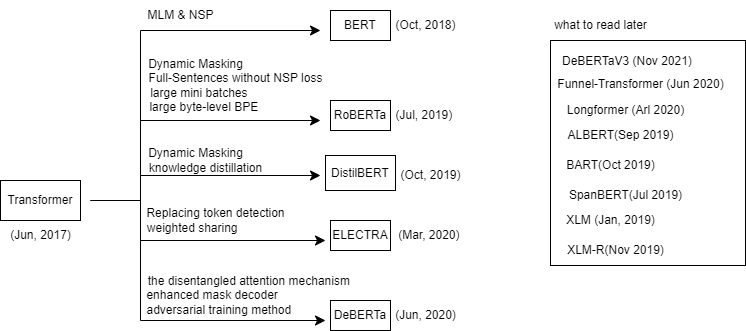
The draw.io diagram overviews/NLP_pretrained_model.drawio.png in YujiK-github/paper_summary, before a commit. Source tidied: cells renumbered, new cells last; positions are measured from the earlier drawing's top-left corner, leaving out a move shared by most shapes.
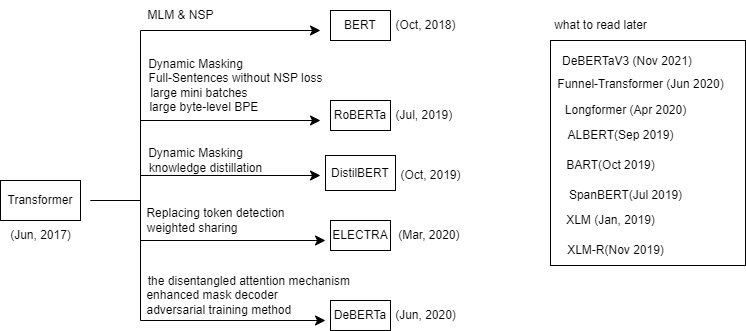
The same file after the commit.

What changed in the source:
```diff
@@ -117,7 +117,7 @@
     <mxCell id="27" value="&lt;h1 style=&quot;line-height: 27.9936px; display: block; margin-block: 12px; margin: 0.25em 0px 12px 20px; margin-inline: 20px 0px; color: rgb(0, 0, 0); font-style: normal; font-variant-ligatures: normal; font-variant-caps: normal; letter-spacing: normal; orphans: 2; text-align: start; text-indent: 0px; text-transform: none; widows: 2; word-spacing: 0px; -webkit-text-stroke-width: 0px; background-color: rgb(255, 255, 255); text-decoration-thickness: initial; text-decoration-style: initial; text-decoration-color: initial;&quot; class=&quot;title mathjax&quot;&gt;&lt;font style=&quot;font-size: 12px; font-weight: normal;&quot;&gt;DeBERTaV3 (Nov 2021)&lt;/font&gt;&lt;/h1&gt;" style="text;whiteSpace=wrap;html=1;" parent="1" vertex="1">
       <mxGeometry x="540" y="30" width="180" height="40" as="geometry" />
     </mxCell>
-    <mxCell id="28" value="Longformer (Arl 2020)" style="text;html=1;align=center;verticalAlign=middle;strokeColor=none;fillColor=none;fontSize=12;fontFamily=Helvetica;" parent="1" vertex="1">
+    <mxCell id="28" value="Longformer (Apr 2020)" style="text;html=1;align=center;verticalAlign=middle;strokeColor=none;fillColor=none;fontSize=12;fontFamily=Helvetica;" parent="1" vertex="1">
       <mxGeometry x="555" y="95" width="140" height="30" as="geometry" />
     </mxCell>
     <mxCell id="29" value="ALBERT(Sep 2019)" style="text;html=1;align=center;verticalAlign=middle;strokeColor=none;fillColor=none;fontSize=12;fontFamily=Helvetica;" parent="1" vertex="1">
```
